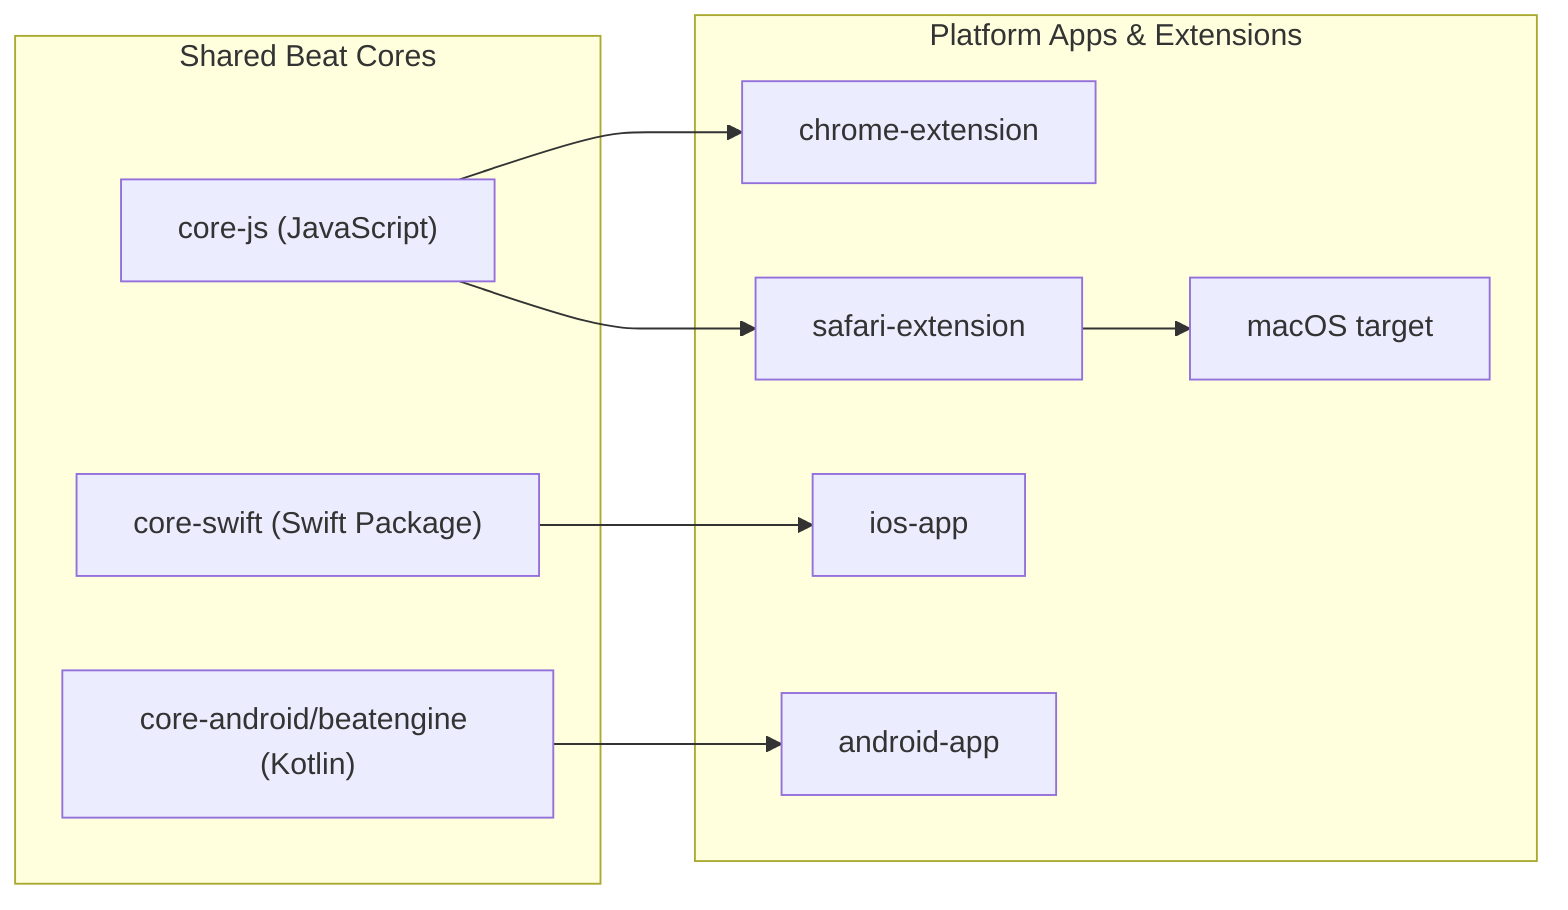
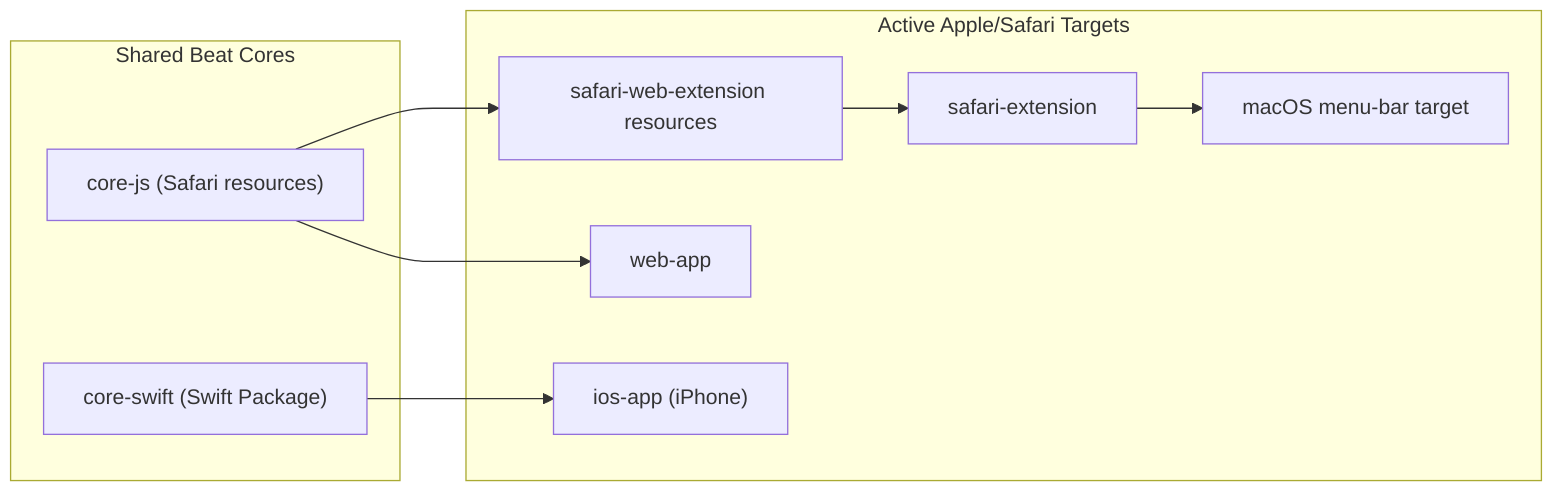
flowchart LR
    subgraph Cores["Shared Beat Cores"]
-         JS["core-js (JavaScript)"]
+         JS["core-js (Safari resources)"]
        SW["core-swift (Swift Package)"]
-         KT["core-android/beatengine (Kotlin)"]
    end

-     subgraph Platforms["Platform Apps & Extensions"]
-         CH["chrome-extension"]
+     subgraph Active["Active Apple/Safari Targets"]
+         WEBEXT["safari-web-extension resources"]
        SF["safari-extension"]
-         IOS["ios-app"]
-         MAC["macOS target"]
-         AND["android-app"]
+         IOS["ios-app (iPhone)"]
+         MAC["macOS menu-bar target"]
+         WEB["web-app"]
    end

-     JS --> CH
-     JS --> SF
+     JS --> WEBEXT
+     JS --> WEB
+     WEBEXT --> SF
    SW --> IOS
    SF --> MAC
-     KT --> AND
